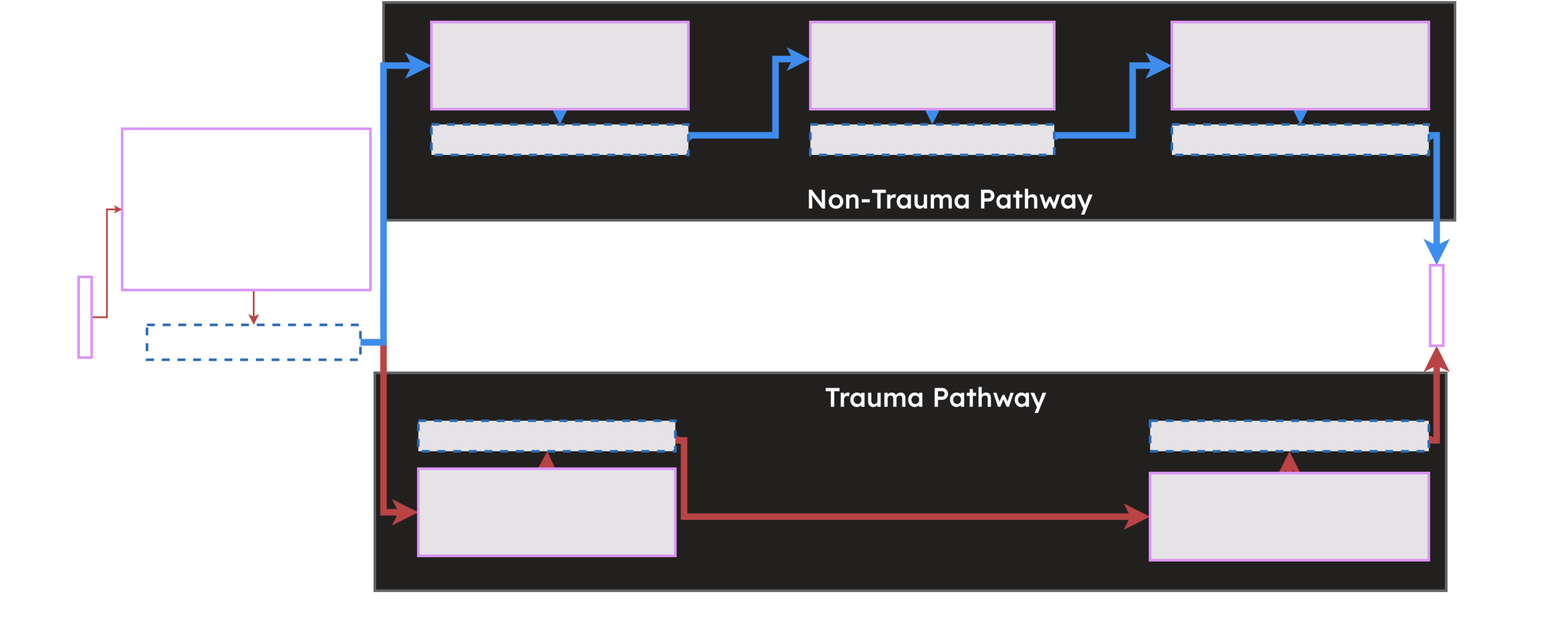
The draw.io diagram resources/Full Model Background Image - Horizontal Layout.drawio.png in hsma-programme/Teaching_DES_Concepts_Streamlit, before a commit. Source tidied: cells renumbered, new cells last; positions are measured from the earlier drawing's top-left corner, leaving out a move shared by most shapes.
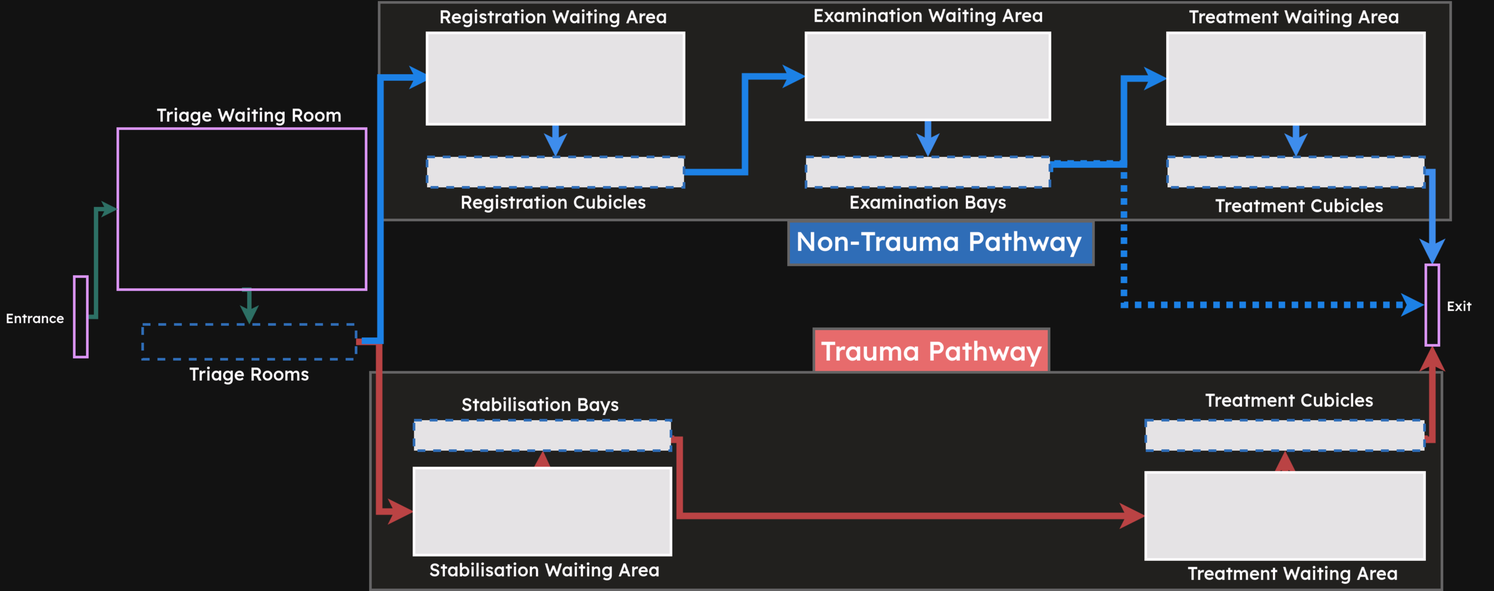
After the change.

Diff of the diagram source:
```diff
@@ -2,13 +2,19 @@
   <root>
     <mxCell id="0" />
     <mxCell id="1" parent="0" />
+    <mxCell id="36" style="rounded=0;whiteSpace=wrap;html=1;fillColor=#62a0ea;strokeColor=#999999;strokeWidth=6;" parent="1" vertex="1">
+      <mxGeometry x="1810" y="503" width="700" height="100" as="geometry" />
+    </mxCell>
+    <mxCell id="37" style="rounded=0;whiteSpace=wrap;html=1;fillColor=#D95D5D;strokeColor=#999999;strokeWidth=6;" parent="1" vertex="1">
+      <mxGeometry x="1868" y="750" width="540" height="100" as="geometry" />
+    </mxCell>
     <mxCell id="2" style="rounded=0;whiteSpace=wrap;html=1;fillColor=#DEDDDA;strokeColor=#999999;strokeWidth=6;" parent="1" vertex="1">
       <mxGeometry x="850" y="850" width="2460" height="500" as="geometry" />
     </mxCell>
     <mxCell id="3" style="rounded=0;whiteSpace=wrap;html=1;fillColor=#deddda;strokeColor=#999999;strokeWidth=6;labelBackgroundColor=#191919;" parent="1" vertex="1">
       <mxGeometry x="870" width="2460" height="500" as="geometry" />
     </mxCell>
-    <mxCell id="4" style="edgeStyle=orthogonalEdgeStyle;rounded=0;jettySize=auto;html=1;exitX=0.5;exitY=1;exitDx=0;exitDy=0;strokeWidth=4;strokeColor=#FF8787;endSize=12;" parent="1" edge="1" source="5" target="8">
+    <mxCell id="4" style="edgeStyle=orthogonalEdgeStyle;rounded=0;jettySize=auto;html=1;exitX=0.5;exitY=1;exitDx=0;exitDy=0;strokeWidth=10;strokeColor=#67AB9F;endSize=12;" parent="1" edge="1" source="5" target="8">
       <mxGeometry relative="1" as="geometry">
         <Array as="points">
           <mxPoint x="572" y="660" />
@@ -26,14 +32,16 @@
         </Array>
       </mxGeometry>
     </mxCell>
-    <mxCell id="7" style="edgeStyle=orthogonalEdgeStyle;rounded=0;jettySize=auto;html=1;exitX=1;exitY=0.5;exitDx=0;exitDy=0;entryX=0;entryY=0.5;entryDx=0;entryDy=0;strokeWidth=15;strokeColor=#3584e4;endSize=12;" parent="1" edge="1" source="8" target="23">
-      <mxGeometry relative="1" as="geometry">
-        <Array as="points">
-          <mxPoint x="870" y="780" />
-          <mxPoint x="870" y="145" />
-        </Array>
-      </mxGeometry>
-    </mxCell>
+    <mxCell id="38" style="edgeStyle=orthogonalEdgeStyle;rounded=0;orthogonalLoop=1;jettySize=auto;html=1;exitX=1;exitY=0.5;exitDx=0;exitDy=0;entryX=0;entryY=0.5;entryDx=0;entryDy=0;strokeWidth=15;strokeColor=#3399FF;" parent="1" edge="1">
+      <mxGeometry relative="1" as="geometry">
+        <mxPoint x="830" y="777.5" as="sourcePoint" />
+        <mxPoint x="993" y="172.5" as="targetPoint" />
+        <Array as="points">
+          <mxPoint x="873" y="777.5" />
+          <mxPoint x="873" y="172.5" />
+        </Array>
+      </mxGeometry>
+    </mxCell>
     <mxCell id="8" style="rounded=0;whiteSpace=wrap;html=1;fillColor=none;strokeColor=#62a0ea;strokeWidth=6;dashed=1;" parent="1" vertex="1">
       <mxGeometry x="327" y="740" width="490" height="80" as="geometry" />
     </mxCell>
@@ -45,7 +53,7 @@
         </Array>
       </mxGeometry>
     </mxCell>
-    <mxCell id="10" style="rounded=0;whiteSpace=wrap;html=1;fillColor=#1A1A1A;strokeColor=#813d9c;strokeWidth=6;" parent="1" vertex="1">
+    <mxCell id="10" style="rounded=0;whiteSpace=wrap;html=1;fillColor=#1A1A1A;strokeColor=#000000;strokeWidth=6;" parent="1" vertex="1">
       <mxGeometry x="950" y="1070" width="590" height="200" as="geometry" />
     </mxCell>
     <mxCell id="11" style="edgeStyle=orthogonalEdgeStyle;rounded=0;jettySize=auto;html=1;exitX=1;exitY=0.5;exitDx=0;exitDy=0;entryX=0;entryY=0.5;entryDx=0;entryDy=0;strokeWidth=15;strokeColor=#FF8787;endSize=12;" parent="1" edge="1" source="12" target="16">
@@ -59,8 +67,13 @@
     <mxCell id="12" style="rounded=0;whiteSpace=wrap;html=1;fillColor=#1A1A1A;strokeColor=#62a0ea;strokeWidth=6;dashed=1;" parent="1" vertex="1">
       <mxGeometry x="950" y="960" width="590" height="70" as="geometry" />
     </mxCell>
-    <mxCell id="13" style="edgeStyle=orthogonalEdgeStyle;rounded=0;jettySize=auto;html=1;exitX=1;exitY=0.5;exitDx=0;exitDy=0;entryX=0;entryY=0.5;entryDx=0;entryDy=0;strokeWidth=4;strokeColor=#FF8787;" parent="1" edge="1" source="14" target="5">
-      <mxGeometry relative="1" as="geometry" />
+    <mxCell id="13" style="edgeStyle=orthogonalEdgeStyle;rounded=0;jettySize=auto;html=1;exitX=1;exitY=0.5;exitDx=0;exitDy=0;entryX=0;entryY=0.5;entryDx=0;entryDy=0;strokeWidth=10;strokeColor=#67AB9F;" parent="1" edge="1" source="14" target="5">
+      <mxGeometry relative="1" as="geometry">
+        <Array as="points">
+          <mxPoint x="220" y="723" />
+          <mxPoint x="220" y="475" />
+        </Array>
+      </mxGeometry>
     </mxCell>
     <mxCell id="14" style="rounded=0;whiteSpace=wrap;html=1;fillColor=none;strokeColor=#813d9c;strokeWidth=6;" parent="1" vertex="1">
       <mxGeometry x="170" y="630" width="30" height="185" as="geometry" />
@@ -68,7 +81,7 @@
     <mxCell id="15" style="edgeStyle=orthogonalEdgeStyle;rounded=0;jettySize=auto;html=1;exitX=0.5;exitY=0;exitDx=0;exitDy=0;entryX=0.5;entryY=1;entryDx=0;entryDy=0;strokeWidth=15;strokeColor=#FF8787;" parent="1" edge="1" source="16" target="18">
       <mxGeometry relative="1" as="geometry" />
     </mxCell>
-    <mxCell id="16" style="rounded=0;whiteSpace=wrap;html=1;fillColor=#1A1A1A;strokeColor=#813d9c;strokeWidth=6;" parent="1" vertex="1">
+    <mxCell id="16" style="rounded=0;whiteSpace=wrap;html=1;fillColor=#1A1A1A;strokeColor=#000000;strokeWidth=6;" parent="1" vertex="1">
       <mxGeometry x="2630" y="1080" width="640" height="200" as="geometry" />
     </mxCell>
     <mxCell id="17" style="edgeStyle=orthogonalEdgeStyle;rounded=0;jettySize=auto;html=1;exitX=1;exitY=0.5;exitDx=0;exitDy=0;entryX=0.5;entryY=1;entryDx=0;entryDy=0;strokeWidth=15;strokeColor=#FF8787;endSize=12;" parent="1" edge="1" source="18" target="33">
@@ -82,60 +95,64 @@
       <mxGeometry x="2630" y="960" width="640" height="70" as="geometry" />
     </mxCell>
     <mxCell id="19" value="&lt;font style=&quot;font-size: 60px;&quot; face=&quot;Lexend&quot;&gt;&lt;b style=&quot;font-size: 60px;&quot;&gt;Non-Trauma Pathway&lt;/b&gt;&lt;br style=&quot;font-size: 60px;&quot;&gt;&lt;/font&gt;" style="text;html=1;strokeColor=none;fillColor=none;align=center;verticalAlign=middle;whiteSpace=wrap;rounded=0;fontSize=60;" parent="1" vertex="1">
-      <mxGeometry x="1130" y="440" width="2080" height="30" as="geometry" />
+      <mxGeometry x="1800" y="538" width="710" height="30" as="geometry" />
     </mxCell>
     <mxCell id="20" value="&lt;font style=&quot;font-size: 60px;&quot;&gt;&lt;b style=&quot;font-size: 60px;&quot;&gt;Trauma Pathway&lt;/b&gt;&lt;br style=&quot;font-size: 60px;&quot;&gt;&lt;/font&gt;" style="text;html=1;strokeColor=none;fillColor=none;align=center;verticalAlign=middle;whiteSpace=wrap;rounded=0;fontSize=60;fontFamily=Lexend;fontSource=https%3A%2F%2Ffonts.googleapis.com%2Fcss%3Ffamily%3DLexend;" parent="1" vertex="1">
-      <mxGeometry x="1060" y="890" width="2156" height="30" as="geometry" />
+      <mxGeometry x="1060" y="785" width="2156" height="30" as="geometry" />
     </mxCell>
-    <mxCell id="21" style="edgeStyle=orthogonalEdgeStyle;rounded=0;jettySize=auto;html=1;exitX=1;exitY=0.5;exitDx=0;exitDy=0;entryX=0;entryY=0.425;entryDx=0;entryDy=0;strokeWidth=15;strokeColor=#3584e4;entryPerimeter=0;" parent="1" edge="1" source="24" target="26">
-      <mxGeometry relative="1" as="geometry">
-        <Array as="points">
-          <mxPoint x="1770" y="305" />
-          <mxPoint x="1770" y="130" />
-        </Array>
-      </mxGeometry>
-    </mxCell>
     <mxCell id="22" style="edgeStyle=orthogonalEdgeStyle;rounded=0;jettySize=auto;html=1;exitX=0.5;exitY=1;exitDx=0;exitDy=0;entryX=0.5;entryY=0;entryDx=0;entryDy=0;strokeWidth=15;strokeColor=#3584e4;" parent="1" edge="1" source="23" target="24">
       <mxGeometry relative="1" as="geometry" />
     </mxCell>
-    <mxCell id="23" style="rounded=0;whiteSpace=wrap;html=1;fillColor=#1A1A1A;strokeColor=#813d9c;strokeWidth=6;" parent="1" vertex="1">
-      <mxGeometry x="980" y="45" width="590" height="200" as="geometry" />
+    <mxCell id="23" style="rounded=0;whiteSpace=wrap;html=1;fillColor=#1A1A1A;strokeColor=#000000;strokeWidth=6;" parent="1" vertex="1">
+      <mxGeometry x="980" y="70" width="590" height="210" as="geometry" />
     </mxCell>
+    <mxCell id="21" style="edgeStyle=orthogonalEdgeStyle;rounded=0;jettySize=auto;html=1;exitX=1;exitY=0.5;exitDx=0;exitDy=0;entryX=0;entryY=0.5;entryDx=0;entryDy=0;strokeWidth=15;strokeColor=#3399FF;" parent="1" edge="1" source="24" target="26">
+      <mxGeometry relative="1" as="geometry" />
+    </mxCell>
     <mxCell id="24" style="rounded=0;whiteSpace=wrap;html=1;fillColor=#1A1A1A;strokeColor=#62a0ea;strokeWidth=6;dashed=1;" parent="1" vertex="1">
-      <mxGeometry x="980" y="280" width="590" height="70" as="geometry" />
+      <mxGeometry x="980" y="355" width="590" height="70" as="geometry" />
     </mxCell>
     <mxCell id="25" style="edgeStyle=orthogonalEdgeStyle;rounded=0;jettySize=auto;html=1;exitX=0.5;exitY=1;exitDx=0;exitDy=0;entryX=0.5;entryY=0;entryDx=0;entryDy=0;strokeWidth=15;strokeColor=#3584e4;" parent="1" edge="1" source="26" target="28">
       <mxGeometry relative="1" as="geometry" />
     </mxCell>
-    <mxCell id="26" style="rounded=0;whiteSpace=wrap;html=1;fillColor=#1A1A1A;strokeColor=#813d9c;strokeWidth=6;" parent="1" vertex="1">
-      <mxGeometry x="1850" y="45" width="560" height="200" as="geometry" />
+    <mxCell id="26" style="rounded=0;whiteSpace=wrap;html=1;fillColor=#1A1A1A;strokeColor=#000000;strokeWidth=6;" parent="1" vertex="1">
+      <mxGeometry x="1850" y="70" width="560" height="200" as="geometry" />
     </mxCell>
+    <mxCell id="39" style="edgeStyle=orthogonalEdgeStyle;rounded=0;jettySize=auto;html=1;exitX=1;exitY=0.5;exitDx=0;exitDy=0;entryX=0;entryY=0.5;entryDx=0;entryDy=0;fontColor=#3399FF;strokeWidth=15;strokeColor=#3399FF;dashed=1;dashPattern=1 1;" parent="1" edge="1" source="28" target="34">
+      <mxGeometry relative="1" as="geometry">
+        <Array as="points">
+          <mxPoint x="2410" y="370" />
+          <mxPoint x="2580" y="370" />
+          <mxPoint x="2580" y="695" />
+        </Array>
+      </mxGeometry>
+    </mxCell>
-    <mxCell id="27" style="edgeStyle=orthogonalEdgeStyle;rounded=0;jettySize=auto;html=1;exitX=1;exitY=0.5;exitDx=0;exitDy=0;entryX=0;entryY=0.5;entryDx=0;entryDy=0;strokeWidth=15;strokeColor=#3584e4;endSize=12;" parent="1" edge="1" source="28" target="30">
+    <mxCell id="27" style="edgeStyle=orthogonalEdgeStyle;rounded=0;jettySize=auto;html=1;exitX=1;exitY=0.25;exitDx=0;exitDy=0;entryX=0;entryY=0.5;entryDx=0;entryDy=0;strokeWidth=15;strokeColor=#3399FF;" parent="1" edge="1" source="28" target="30">
       <mxGeometry relative="1" as="geometry">
         <Array as="points">
-          <mxPoint x="2590" y="305" />
-          <mxPoint x="2590" y="145" />
+          <mxPoint x="2580" y="373" />
+          <mxPoint x="2580" y="175" />
         </Array>
       </mxGeometry>
     </mxCell>
     <mxCell id="28" style="rounded=0;whiteSpace=wrap;html=1;fillColor=#1A1A1A;strokeColor=#62a0ea;strokeWidth=6;dashed=1;" parent="1" vertex="1">
-      <mxGeometry x="1850" y="280" width="560" height="70" as="geometry" />
+      <mxGeometry x="1850" y="355" width="560" height="70" as="geometry" />
     </mxCell>
     <mxCell id="29" style="edgeStyle=orthogonalEdgeStyle;rounded=0;jettySize=auto;html=1;exitX=0.5;exitY=1;exitDx=0;exitDy=0;entryX=0.5;entryY=0;entryDx=0;entryDy=0;strokeWidth=15;strokeColor=#3584e4;" parent="1" edge="1" source="30" target="32">
       <mxGeometry relative="1" as="geometry" />
     </mxCell>
-    <mxCell id="30" style="rounded=0;whiteSpace=wrap;html=1;fillColor=#1A1A1A;strokeColor=#813d9c;strokeWidth=6;" parent="1" vertex="1">
-      <mxGeometry x="2680" y="45" width="590" height="200" as="geometry" />
+    <mxCell id="30" style="rounded=0;whiteSpace=wrap;html=1;fillColor=#1A1A1A;strokeColor=#000000;strokeWidth=6;" parent="1" vertex="1">
+      <mxGeometry x="2680" y="70" width="590" height="210" as="geometry" />
     </mxCell>
     <mxCell id="31" style="edgeStyle=orthogonalEdgeStyle;rounded=0;jettySize=auto;html=1;exitX=1;exitY=0.5;exitDx=0;exitDy=0;entryX=0.5;entryY=0;entryDx=0;entryDy=0;strokeWidth=15;strokeColor=#3584e4;endSize=12;" parent="1" edge="1" source="32" target="33">
       <mxGeometry relative="1" as="geometry">
         <Array as="points">
-          <mxPoint x="3288" y="305" />
+          <mxPoint x="3288" y="390" />
         </Array>
       </mxGeometry>
     </mxCell>
     <mxCell id="32" style="rounded=0;whiteSpace=wrap;html=1;fillColor=#1A1A1A;strokeColor=#62a0ea;strokeWidth=6;dashed=1;" parent="1" vertex="1">
-      <mxGeometry x="2680" y="280" width="590" height="70" as="geometry" />
+      <mxGeometry x="2680" y="355" width="590" height="70" as="geometry" />
     </mxCell>
     <mxCell id="33" style="rounded=0;whiteSpace=wrap;html=1;fillColor=none;strokeColor=#813d9c;strokeWidth=6;" parent="1" vertex="1">
       <mxGeometry x="3273" y="603" width="30" height="185" as="geometry" />
@@ -146,5 +163,41 @@
     <mxCell id="35" value="&lt;font size=&quot;1&quot; face=&quot;Lexend&quot;&gt;&lt;b style=&quot;font-size: 30px;&quot;&gt;Entrance&lt;/b&gt;&lt;/font&gt;" style="text;html=1;strokeColor=none;fillColor=none;align=center;verticalAlign=middle;whiteSpace=wrap;rounded=0;fontSize=60;strokeWidth=30;" parent="1" vertex="1">
       <mxGeometry y="687.5" width="160" height="70" as="geometry" />
     </mxCell>
+    <mxCell id="40" value="&lt;font style=&quot;font-size: 40px;&quot; face=&quot;Lexend&quot;&gt;&lt;b&gt;Triage Waiting Room&lt;br&gt;&lt;/b&gt;&lt;/font&gt;" style="text;html=1;strokeColor=none;fillColor=none;align=center;verticalAlign=middle;whiteSpace=wrap;rounded=0;fontSize=60;" parent="1" vertex="1">
+      <mxGeometry x="352" y="245" width="440" height="30" as="geometry" />
+    </mxCell>
+    <mxCell id="41" value="&lt;font style=&quot;font-size: 40px;&quot; face=&quot;Lexend&quot;&gt;&lt;b&gt;Triage Rooms&lt;br&gt;&lt;/b&gt;&lt;/font&gt;" style="text;html=1;strokeColor=none;fillColor=none;align=center;verticalAlign=middle;whiteSpace=wrap;rounded=0;fontSize=60;" parent="1" vertex="1">
+      <mxGeometry x="352" y="840" width="440" height="30" as="geometry" />
+    </mxCell>
+    <mxCell id="42" value="&lt;font style=&quot;font-size: 40px;&quot; face=&quot;Lexend&quot;&gt;&lt;b&gt;Stabilisation Waiting Area&lt;br&gt;&lt;/b&gt;&lt;/font&gt;" style="text;html=1;strokeColor=none;fillColor=none;align=center;verticalAlign=middle;whiteSpace=wrap;rounded=0;fontSize=60;" parent="1" vertex="1">
+      <mxGeometry x="960" y="1290" width="580" height="30" as="geometry" />
+    </mxCell>
+    <mxCell id="43" value="&lt;font style=&quot;font-size: 40px;&quot; face=&quot;Lexend&quot;&gt;&lt;b&gt;Treatment Waiting Area&lt;br&gt;&lt;/b&gt;&lt;/font&gt;" style="text;html=1;strokeColor=none;fillColor=none;align=center;verticalAlign=middle;whiteSpace=wrap;rounded=0;fontSize=60;" parent="1" vertex="1">
+      <mxGeometry x="2678" y="1298" width="580" height="30" as="geometry" />
+    </mxCell>
+    <mxCell id="44" value="&lt;font style=&quot;font-size: 40px;&quot; face=&quot;Lexend&quot;&gt;&lt;b&gt;Treatment Cubicles&lt;br&gt;&lt;/b&gt;&lt;/font&gt;" style="text;html=1;strokeColor=none;fillColor=none;align=center;verticalAlign=middle;whiteSpace=wrap;rounded=0;fontSize=60;" parent="1" vertex="1">
+      <mxGeometry x="2670" y="900" width="580" height="30" as="geometry" />
+    </mxCell>
+    <mxCell id="45" value="&lt;font face=&quot;Lexend&quot; style=&quot;font-size: 40px;&quot;&gt;&lt;b&gt;Stabilisation Bays&lt;br&gt;&lt;/b&gt;&lt;/font&gt;" style="text;html=1;strokeColor=none;fillColor=none;align=center;verticalAlign=middle;whiteSpace=wrap;rounded=0;fontSize=60;" parent="1" vertex="1">
+      <mxGeometry x="950" y="910" width="580" height="30" as="geometry" />
+    </mxCell>
+    <mxCell id="46" value="&lt;font face=&quot;Lexend&quot; style=&quot;font-size: 40px;&quot;&gt;&lt;b&gt;Registration Cubicles&lt;br&gt;&lt;/b&gt;&lt;/font&gt;" style="text;html=1;strokeColor=none;fillColor=none;align=center;verticalAlign=middle;whiteSpace=wrap;rounded=0;fontSize=60;" parent="1" vertex="1">
+      <mxGeometry x="980" y="445" width="580" height="30" as="geometry" />
+    </mxCell>
+    <mxCell id="47" value="&lt;font face=&quot;Lexend&quot; style=&quot;font-size: 40px;&quot;&gt;&lt;b&gt;Examination Bays&lt;br&gt;&lt;/b&gt;&lt;/font&gt;" style="text;html=1;strokeColor=none;fillColor=none;align=center;verticalAlign=middle;whiteSpace=wrap;rounded=0;fontSize=60;" parent="1" vertex="1">
+      <mxGeometry x="1840" y="445" width="580" height="30" as="geometry" />
+    </mxCell>
+    <mxCell id="48" value="&lt;font face=&quot;Lexend&quot; style=&quot;font-size: 40px;&quot;&gt;&lt;b&gt;Registration Waiting Area&lt;br&gt;&lt;/b&gt;&lt;/font&gt;" style="text;html=1;strokeColor=none;fillColor=none;align=center;verticalAlign=middle;whiteSpace=wrap;rounded=0;fontSize=60;" parent="1" vertex="1">
+      <mxGeometry x="980" y="19" width="580" height="30" as="geometry" />
+    </mxCell>
+    <mxCell id="49" value="&lt;font face=&quot;Lexend&quot; style=&quot;font-size: 40px;&quot;&gt;&lt;b&gt;Examination Waiting Area&lt;br&gt;&lt;/b&gt;&lt;/font&gt;" style="text;html=1;strokeColor=none;fillColor=none;align=center;verticalAlign=middle;whiteSpace=wrap;rounded=0;fontSize=60;" parent="1" vertex="1">
+      <mxGeometry x="1841" y="16" width="580" height="30" as="geometry" />
+    </mxCell>
+    <mxCell id="50" value="&lt;font face=&quot;Lexend&quot; style=&quot;font-size: 40px;&quot;&gt;&lt;b&gt;Treatment Waiting Area&lt;br&gt;&lt;/b&gt;&lt;/font&gt;" style="text;html=1;strokeColor=none;fillColor=none;align=center;verticalAlign=middle;whiteSpace=wrap;rounded=0;fontSize=60;" parent="1" vertex="1">
+      <mxGeometry x="2681" y="19" width="580" height="30" as="geometry" />
+    </mxCell>
+    <mxCell id="51" value="&lt;font style=&quot;font-size: 40px;&quot;&gt;&lt;b&gt;Treatment Cubicles&lt;br&gt;&lt;/b&gt;&lt;/font&gt;" style="text;html=1;strokeColor=none;fillColor=none;align=center;verticalAlign=middle;whiteSpace=wrap;rounded=0;fontSize=60;fontFamily=Lexend;fontSource=https%3A%2F%2Ffonts.googleapis.com%2Fcss%3Ffamily%3DLexend;" parent="1" vertex="1">
+      <mxGeometry x="2693" y="438" width="580" height="42" as="geometry" />
+    </mxCell>
   </root>
 </mxGraphModel>
```
